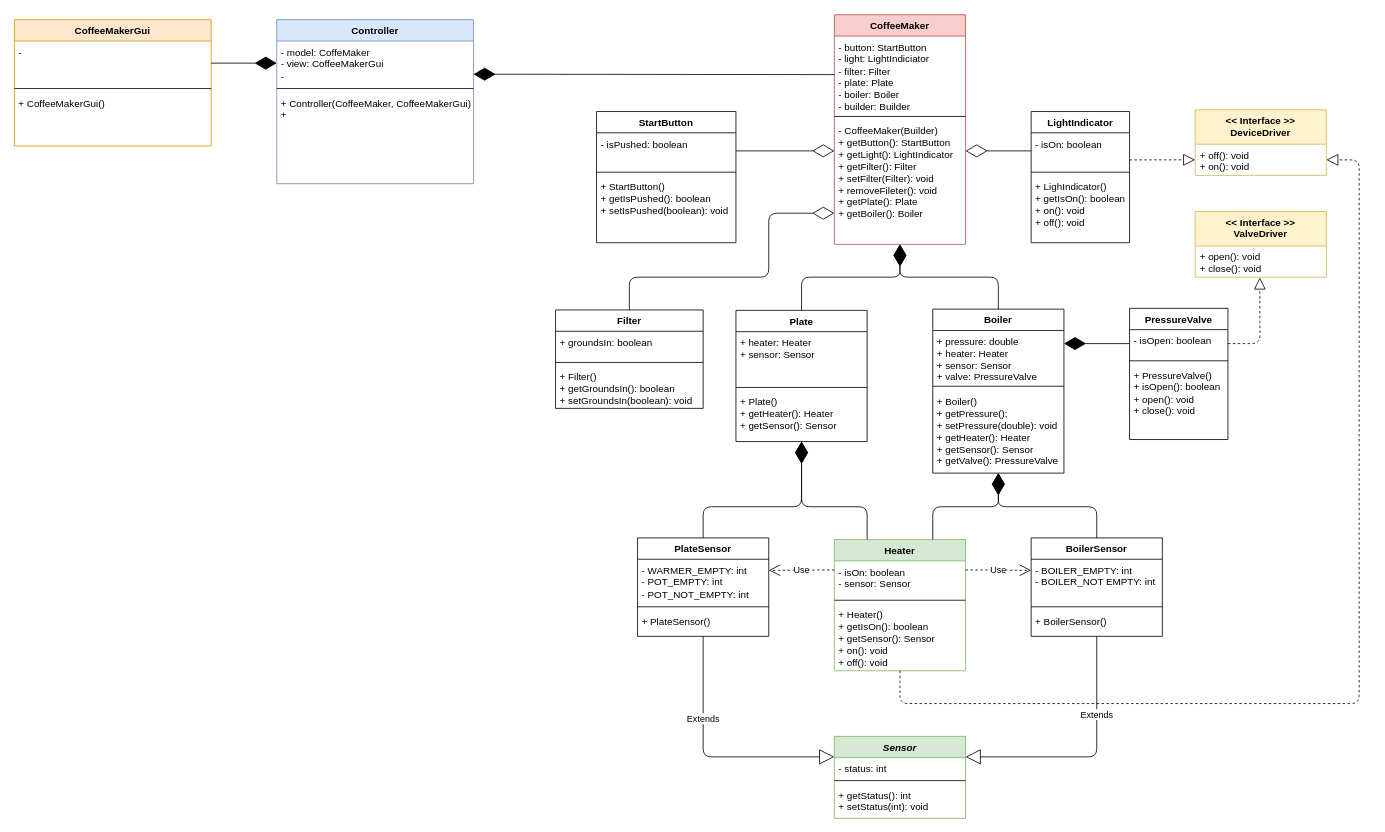
The draw.io diagram resources/CoffeeMakerUML.drawio in JosueRodriguezGarcia/CoffeeMaker-Group2, before the edit. Source tidied: cells renumbered, new cells numbered last; positions are measured from the earlier drawing's top-left corner, leaving out a move shared by most shapes. Both pictures are drawn from the tidied source at 82%, with x=0, y=0 at pixel (14, 14).
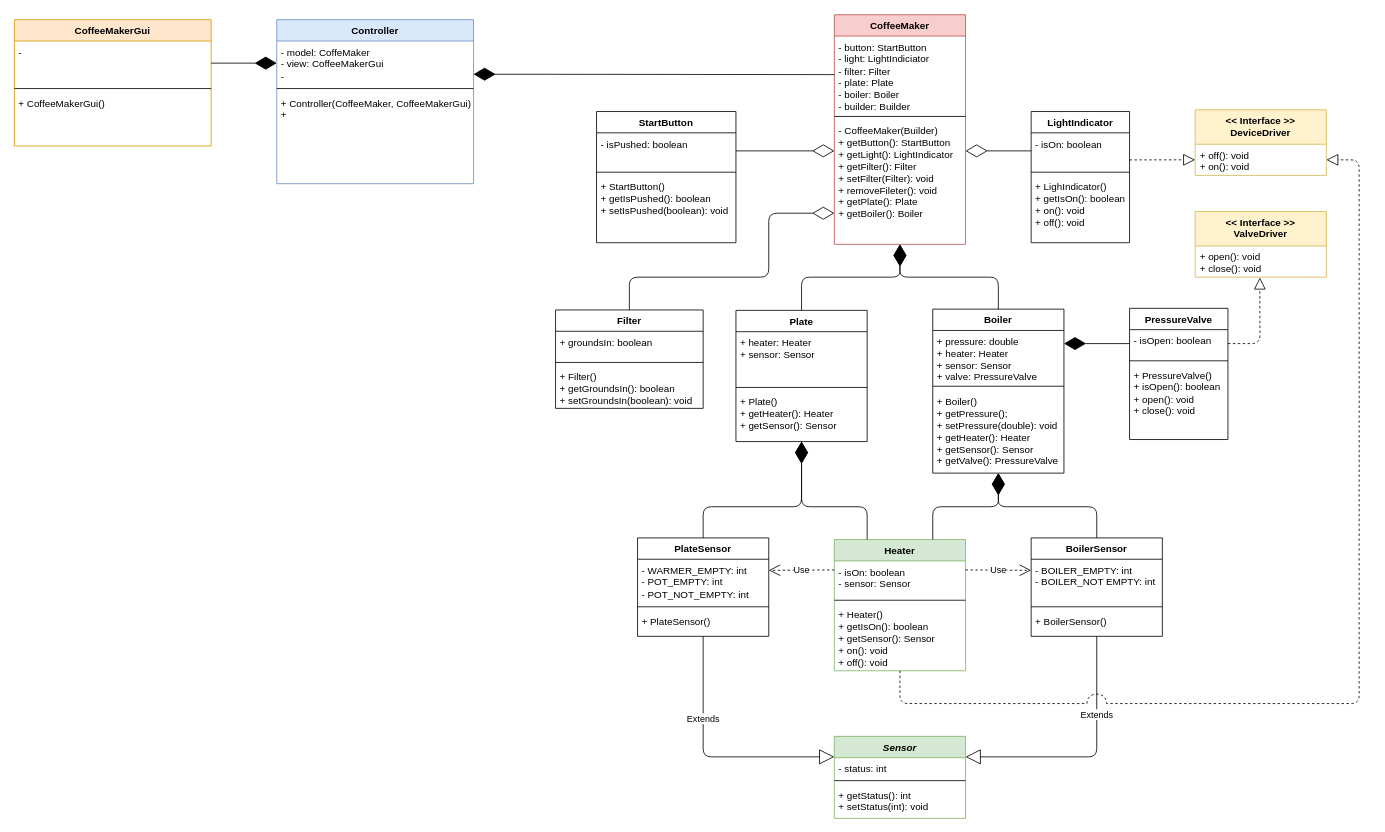
The same diagram, later.

The change refers to these unchanged cells:
```xml
<mxCell id="25" value="&amp;nbsp;+ Heater()&lt;br&gt;&amp;nbsp;+ getIsOn(): boolean&lt;br&gt;&amp;nbsp;+ getSensor(): Sensor&lt;br&gt;&amp;nbsp;+ on(): void&lt;br&gt;&amp;nbsp;+ off(): void&lt;br&gt;" style="text;html=1;strokeColor=none;fillColor=none;align=left;verticalAlign=top;whiteSpace=wrap;rounded=0;" parent="22" vertex="1">
  <mxGeometry y="78" width="160" height="82" as="geometry" />
</mxCell>
<mxCell id="57" value="+ off(): void&#10;+ on(): void&#10;" style="text;strokeColor=none;fillColor=none;align=left;verticalAlign=top;spacingLeft=4;spacingRight=4;overflow=hidden;points=[[0,0.5],[1,0.5]];portConstraint=eastwest;" parent="56" vertex="1">
  <mxGeometry y="42" width="160" height="38" as="geometry" />
</mxCell>
```

The edit, as a diff of the source:
```diff
@@
-    <mxCell id="58" style="endArrow=block;dashed=1;endFill=0;endSize=12;html=1;exitX=0.5;exitY=1;exitDx=0;exitDy=0;entryX=1;entryY=0.5;entryDx=0;entryDy=0;" parent="1" edge="1" source="25" target="57">
+    <mxCell id="58" style="endArrow=block;dashed=1;endFill=0;endSize=12;html=1;exitX=0.5;exitY=1;exitDx=0;exitDy=0;entryX=1;entryY=0.5;entryDx=0;entryDy=0;jumpStyle=arc;jumpSize=24;" parent="1" edge="1" source="25" target="57">
       <mxGeometry relative="1" as="geometry">
         <Array as="points">
           <mxPoint x="1080" y="840.5" />
           <mxPoint x="1640" y="840.5" />
           <mxPoint x="1640" y="177.5" />
         </Array>
       </mxGeometry>
     </mxCell>
```
